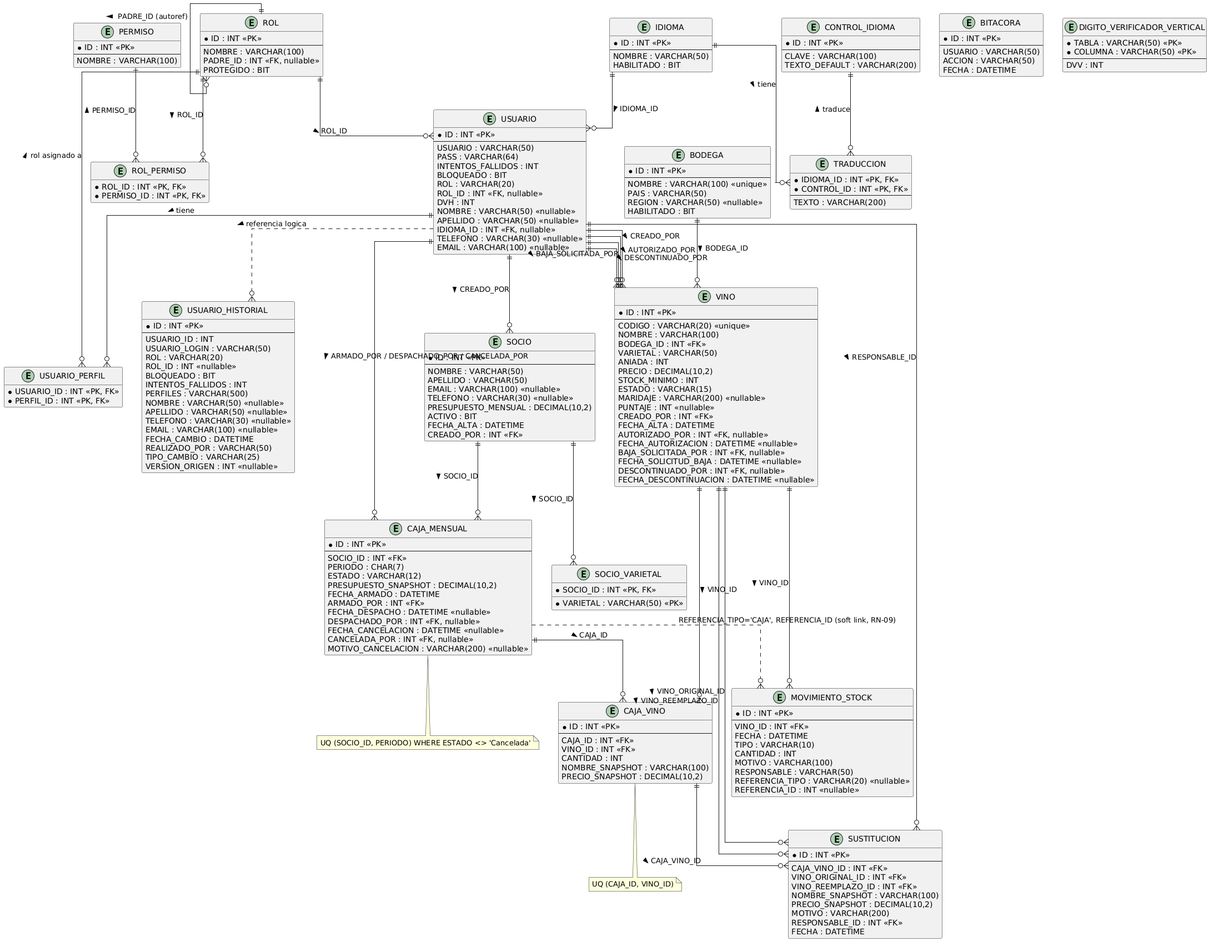
Before: DIAGRAMAS/DER.png, a diagram exported from PlantUML (Jesifu/club-de-vinos-td).
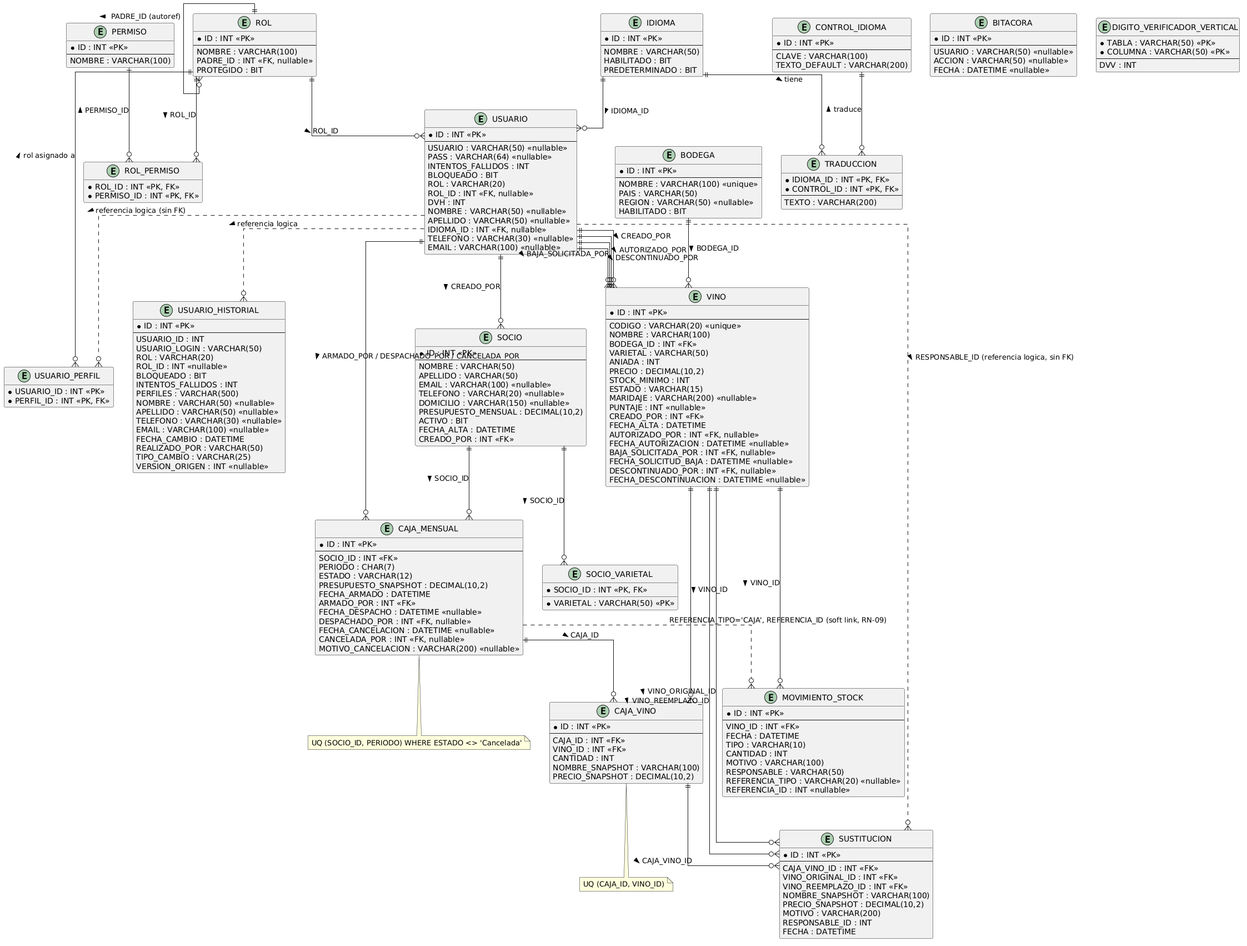
The same diagram one commit later.

What changed in the source:
```diff
@@ -6,8 +6,8 @@
 entity USUARIO {
   * ID : INT <<PK>>
   --
-  USUARIO : VARCHAR(50)
-  PASS : VARCHAR(64)
+  USUARIO : VARCHAR(50) <<nullable>>
+  PASS : VARCHAR(64) <<nullable>>
   INTENTOS_FALLIDOS : INT
   BLOQUEADO : BIT
   ROL : VARCHAR(20)
@@ -35,7 +35,7 @@
 }
 
 entity USUARIO_PERFIL {
-  * USUARIO_ID : INT <<PK, FK>>
+  * USUARIO_ID : INT <<PK>>
   * PERFIL_ID : INT <<PK, FK>>
 }
 
@@ -47,9 +47,9 @@
 entity BITACORA {
   * ID : INT <<PK>>
   --
-  USUARIO : VARCHAR(50)
-  ACCION : VARCHAR(50)
-  FECHA : DATETIME
+  USUARIO : VARCHAR(50) <<nullable>>
+  ACCION : VARCHAR(50) <<nullable>>
+  FECHA : DATETIME <<nullable>>
 }
 
 entity IDIOMA {
@@ -57,6 +57,7 @@
   --
   NOMBRE : VARCHAR(50)
   HABILITADO : BIT
+  PREDETERMINADO : BIT
 }
 
 entity CONTROL_IDIOMA {
@@ -145,7 +146,7 @@
   REFERENCIA_ID : INT <<nullable>>
 }
 
-USUARIO        ||--o{ USUARIO_PERFIL  : "tiene >"
+USUARIO        ..o{ USUARIO_PERFIL  : "referencia logica (sin FK) >"
 ROL            ||--o{ USUARIO_PERFIL  : "< rol asignado a"
 ROL            ||--o{ ROL_PERMISO     : "ROL_ID >"
 PERMISO        ||--o{ ROL_PERMISO     : "< PERMISO_ID"
@@ -171,7 +172,8 @@
   NOMBRE : VARCHAR(50)
   APELLIDO : VARCHAR(50)
   EMAIL : VARCHAR(100) <<nullable>>
-  TELEFONO : VARCHAR(30) <<nullable>>
+  TELEFONO : VARCHAR(20) <<nullable>>
+  DOMICILIO : VARCHAR(150) <<nullable>>
   PRESUPUESTO_MENSUAL : DECIMAL(10,2)
   ACTIVO : BIT
   FECHA_ALTA : DATETIME
@@ -224,7 +226,7 @@
   NOMBRE_SNAPSHOT : VARCHAR(100)
   PRECIO_SNAPSHOT : DECIMAL(10,2)
   MOTIVO : VARCHAR(200)
-  RESPONSABLE_ID : INT <<FK>>
+  RESPONSABLE_ID : INT
   FECHA : DATETIME
 }
 
@@ -237,7 +239,7 @@
 VINO         ||--o{ SUSTITUCION    : "VINO_REEMPLAZO_ID >"
 USUARIO      ||--o{ SOCIO          : "CREADO_POR >"
 USUARIO      ||--o{ CAJA_MENSUAL   : "ARMADO_POR / DESPACHADO_POR / CANCELADA_POR >"
-USUARIO      ||--o{ SUSTITUCION    : "RESPONSABLE_ID >"
+USUARIO      ..o{ SUSTITUCION    : "RESPONSABLE_ID (referencia logica, sin FK) >"
 CAJA_MENSUAL ..o{ MOVIMIENTO_STOCK : "REFERENCIA_TIPO='CAJA', REFERENCIA_ID (soft link, RN-09)"
 
 @enduml
```
